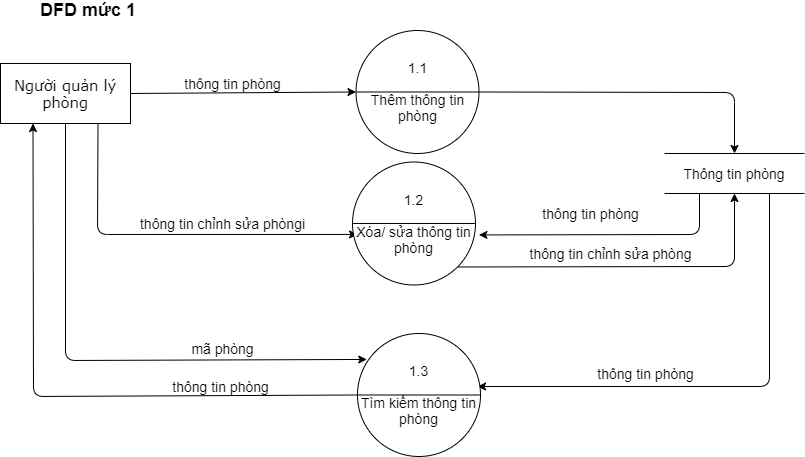
Before: Phan_Tich_Thiet_Ke/DFD/QuanLyPhong/DFD_Muc1_QuanLyPhong.png, a diagram exported from draw.io (KNhaa/DoAnCNPM). Source tidied: cells renumbered, new cells last; positions are measured from the earlier drawing's top-left corner, leaving out a move shared by most shapes. Its diagram source:
```xml
<mxGraphModel>
  <root>
    <mxCell id="0" />
    <mxCell id="1" parent="0" />
    <mxCell id="2" value="&lt;font face=&quot;Verdana&quot;&gt;&lt;span style=&quot;font-size: 14.6667px&quot;&gt;Người quản lý phòng&lt;/span&gt;&lt;/font&gt;" style="rounded=0;whiteSpace=wrap;html=1;" parent="1" vertex="1">
      <mxGeometry y="63" width="130" height="60" as="geometry" />
    </mxCell>
    <mxCell id="3" value="&lt;font style=&quot;font-size: 14px&quot;&gt;Thông tin phòng&lt;/font&gt;" style="shape=partialRectangle;whiteSpace=wrap;html=1;left=0;right=0;" parent="1" vertex="1">
      <mxGeometry x="664" y="153" width="140" height="40" as="geometry" />
    </mxCell>
    <mxCell id="4" style="endArrow=classic;html=1;exitX=1;exitY=0.5;exitDx=0;exitDy=0;entryX=0;entryY=0.5;entryDx=0;entryDy=0;" parent="1" edge="1" source="2" target="19">
      <mxGeometry relative="1" as="geometry" />
    </mxCell>
    <mxCell id="5" style="endArrow=classic;html=1;exitX=0.75;exitY=1;exitDx=0;exitDy=0;entryX=0.041;entryY=0.589;entryDx=0;entryDy=0;entryPerimeter=0;" parent="1" edge="1" source="2" target="20">
      <mxGeometry relative="1" as="geometry">
        <Array as="points">
          <mxPoint x="97" y="234" />
        </Array>
      </mxGeometry>
    </mxCell>
    <mxCell id="6" style="endArrow=classic;html=1;exitX=0.5;exitY=1;exitDx=0;exitDy=0;entryX=0.075;entryY=0.211;entryDx=0;entryDy=0;entryPerimeter=0;" parent="1" edge="1" source="2" target="21">
      <mxGeometry relative="1" as="geometry">
        <Array as="points">
          <mxPoint x="65" y="360" />
        </Array>
      </mxGeometry>
    </mxCell>
    <mxCell id="7" style="endArrow=classic;html=1;exitX=1;exitY=0.5;exitDx=0;exitDy=0;entryX=0.5;entryY=0;entryDx=0;entryDy=0;" parent="1" edge="1" source="19" target="3">
      <mxGeometry relative="1" as="geometry">
        <Array as="points">
          <mxPoint x="734" y="92" />
        </Array>
      </mxGeometry>
    </mxCell>
    <mxCell id="8" style="endArrow=classic;html=1;exitX=0.25;exitY=1;exitDx=0;exitDy=0;entryX=1.028;entryY=0.593;entryDx=0;entryDy=0;entryPerimeter=0;" parent="1" edge="1" source="3" target="20">
      <mxGeometry relative="1" as="geometry">
        <Array as="points">
          <mxPoint x="699" y="234" />
        </Array>
      </mxGeometry>
    </mxCell>
    <mxCell id="9" style="endArrow=classic;html=1;entryX=0.5;entryY=1;entryDx=0;entryDy=0;exitX=1;exitY=1;exitDx=0;exitDy=0;" parent="1" edge="1" source="20" target="3">
      <mxGeometry relative="1" as="geometry">
        <Array as="points">
          <mxPoint x="734" y="266" />
        </Array>
      </mxGeometry>
    </mxCell>
    <mxCell id="10" style="endArrow=classic;html=1;exitX=0.75;exitY=1;exitDx=0;exitDy=0;entryX=0.976;entryY=0.431;entryDx=0;entryDy=0;entryPerimeter=0;" parent="1" edge="1" source="3" target="21">
      <mxGeometry relative="1" as="geometry">
        <Array as="points">
          <mxPoint x="769" y="386" />
        </Array>
      </mxGeometry>
    </mxCell>
    <mxCell id="11" style="endArrow=classic;html=1;exitX=0;exitY=0.5;exitDx=0;exitDy=0;entryX=0.25;entryY=1;entryDx=0;entryDy=0;" parent="1" edge="1" source="21" target="2">
      <mxGeometry relative="1" as="geometry">
        <Array as="points">
          <mxPoint x="33" y="396" />
        </Array>
      </mxGeometry>
    </mxCell>
    <mxCell id="12" value="&lt;span style=&quot;font-size: 14px&quot;&gt;thông tin&amp;nbsp;&lt;/span&gt;&lt;span style=&quot;font-size: 14px&quot;&gt;phòng&lt;/span&gt;" style="text;html=1;align=center;verticalAlign=middle;" parent="1" vertex="1">
      <mxGeometry x="177" y="73" width="110" height="20" as="geometry" />
    </mxCell>
    <mxCell id="13" value="&lt;span style=&quot;font-size: 14px&quot;&gt;thông tin chỉnh sửa&amp;nbsp;&lt;/span&gt;&lt;span style=&quot;font-size: 14px&quot;&gt;phòngi&lt;/span&gt;" style="text;html=1;align=center;verticalAlign=middle;" parent="1" vertex="1">
      <mxGeometry x="132" y="213" width="180" height="20" as="geometry" />
    </mxCell>
    <mxCell id="14" value="&lt;span style=&quot;font-size: 14px&quot;&gt;mã&amp;nbsp;&lt;/span&gt;&lt;span style=&quot;font-size: 14px&quot;&gt;phòng&lt;/span&gt;" style="text;html=1;align=center;verticalAlign=middle;" parent="1" vertex="1">
      <mxGeometry x="182" y="338" width="80" height="20" as="geometry" />
    </mxCell>
    <mxCell id="15" value="&lt;span style=&quot;font-size: 14px&quot;&gt;thông tin&amp;nbsp;&lt;/span&gt;&lt;span style=&quot;font-size: 14px&quot;&gt;phòng&lt;/span&gt;" style="text;html=1;align=center;verticalAlign=middle;" parent="1" vertex="1">
      <mxGeometry x="535" y="203" width="110" height="20" as="geometry" />
    </mxCell>
    <mxCell id="16" value="&lt;span style=&quot;font-size: 14px&quot;&gt;thông tin chỉnh sửa&amp;nbsp;&lt;/span&gt;&lt;span style=&quot;font-size: 14px&quot;&gt;phòng&lt;/span&gt;" style="text;html=1;align=center;verticalAlign=middle;" parent="1" vertex="1">
      <mxGeometry x="520" y="243" width="180" height="20" as="geometry" />
    </mxCell>
    <mxCell id="17" value="&lt;span style=&quot;font-size: 14px&quot;&gt;thông tin&amp;nbsp;&lt;/span&gt;&lt;span style=&quot;font-size: 14px&quot;&gt;phòng&lt;/span&gt;" style="text;html=1;align=center;verticalAlign=middle;" parent="1" vertex="1">
      <mxGeometry x="590" y="363" width="110" height="20" as="geometry" />
    </mxCell>
    <mxCell id="18" value="&lt;span style=&quot;font-size: 14px&quot;&gt;thông tin&amp;nbsp;&lt;/span&gt;&lt;span style=&quot;font-size: 14px&quot;&gt;phòng&lt;/span&gt;" style="text;html=1;align=center;verticalAlign=middle;" parent="1" vertex="1">
      <mxGeometry x="165" y="376" width="110" height="20" as="geometry" />
    </mxCell>
    <mxCell id="19" value="&lt;font style=&quot;font-size: 14px&quot;&gt;1.1&lt;br&gt;&lt;br&gt;Thêm thông tin phòng&lt;br&gt;&lt;/font&gt;" style="shape=lineEllipse;perimeter=ellipsePerimeter;whiteSpace=wrap;html=1;backgroundOutline=1;" parent="1" vertex="1">
      <mxGeometry x="355.5" y="30" width="123" height="123" as="geometry" />
    </mxCell>
    <mxCell id="20" value="&lt;font style=&quot;font-size: 14px&quot;&gt;1.2&lt;br&gt;&lt;br&gt;Xóa/ sửa thông tin phòng&lt;br&gt;&lt;/font&gt;" style="shape=lineEllipse;perimeter=ellipsePerimeter;whiteSpace=wrap;html=1;backgroundOutline=1;" parent="1" vertex="1">
      <mxGeometry x="352" y="161.5" width="123" height="123" as="geometry" />
    </mxCell>
    <mxCell id="21" value="&lt;font style=&quot;font-size: 14px&quot;&gt;1.3&lt;br&gt;&lt;br&gt;Tìm kiếm thông tin phòng&lt;br&gt;&lt;/font&gt;" style="shape=lineEllipse;perimeter=ellipsePerimeter;whiteSpace=wrap;html=1;backgroundOutline=1;" parent="1" vertex="1">
      <mxGeometry x="357" y="333" width="123" height="123" as="geometry" />
    </mxCell>
    <mxCell id="22" value="&lt;font style=&quot;font-size: 18px&quot;&gt;&lt;b&gt;DFD mức 1&lt;/b&gt;&lt;/font&gt;" style="text;html=1;strokeColor=none;fillColor=none;align=center;verticalAlign=middle;whiteSpace=wrap;rounded=0;" parent="1" vertex="1">
      <mxGeometry x="8" width="160" height="20" as="geometry" />
    </mxCell>
  </root>
</mxGraphModel>
```
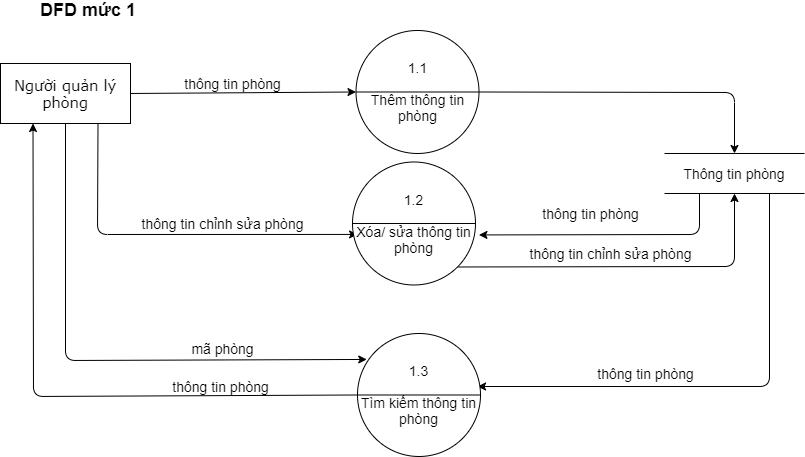
After the commit.

The edit, as a diff of the source:
```diff
@@ -63,7 +63,7 @@
     <mxCell id="12" value="&lt;span style=&quot;font-size: 14px&quot;&gt;thông tin&amp;nbsp;&lt;/span&gt;&lt;span style=&quot;font-size: 14px&quot;&gt;phòng&lt;/span&gt;" style="text;html=1;align=center;verticalAlign=middle;" parent="1" vertex="1">
       <mxGeometry x="177" y="73" width="110" height="20" as="geometry" />
     </mxCell>
-    <mxCell id="13" value="&lt;span style=&quot;font-size: 14px&quot;&gt;thông tin chỉnh sửa&amp;nbsp;&lt;/span&gt;&lt;span style=&quot;font-size: 14px&quot;&gt;phòngi&lt;/span&gt;" style="text;html=1;align=center;verticalAlign=middle;" parent="1" vertex="1">
+    <mxCell id="13" value="&lt;span style=&quot;font-size: 14px&quot;&gt;thông tin chỉnh sửa&amp;nbsp;&lt;/span&gt;&lt;span style=&quot;font-size: 14px&quot;&gt;phòng&lt;/span&gt;" style="text;html=1;align=center;verticalAlign=middle;" parent="1" vertex="1">
       <mxGeometry x="132" y="213" width="180" height="20" as="geometry" />
     </mxCell>
     <mxCell id="14" value="&lt;span style=&quot;font-size: 14px&quot;&gt;mã&amp;nbsp;&lt;/span&gt;&lt;span style=&quot;font-size: 14px&quot;&gt;phòng&lt;/span&gt;" style="text;html=1;align=center;verticalAlign=middle;" parent="1" vertex="1">
```
